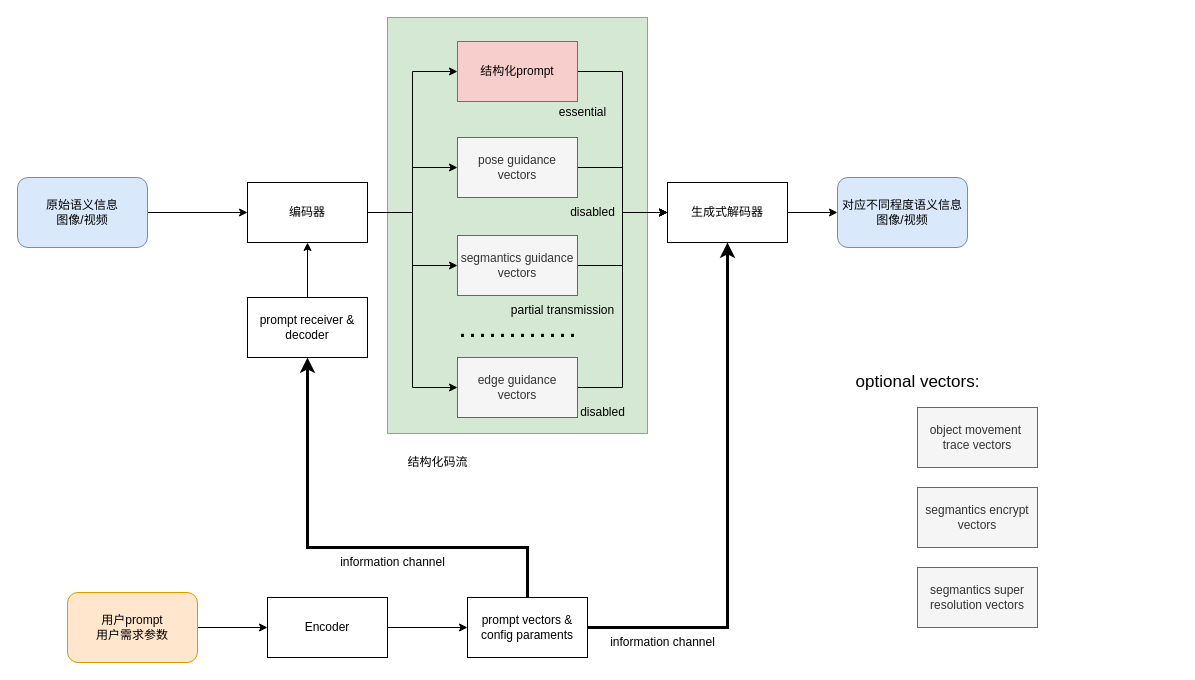
This is 基于生成式AI的结构化语义编解码系统.drawio from hrf666666/FlowCharts, a draw.io file, before an edit. Source tidied: cells renumbered, new cells numbered last; positions are measured from the earlier drawing's top-left corner, leaving out a move shared by most shapes. Both pictures are drawn from the tidied source at 100%, with x=0, y=0 at pixel (17, 17).
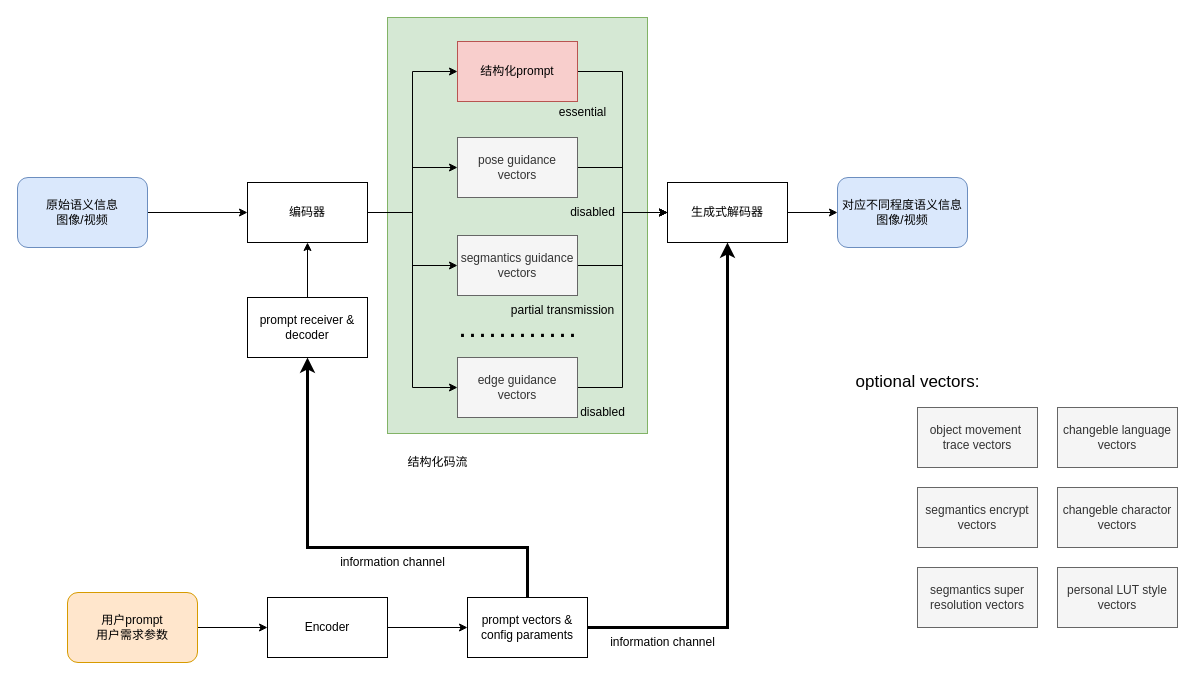
The same page after the edit.

Commit message:
更新基于生成式AI的结构化语义编解码系统.drawio

What changed in the source:
```diff
@@
+    <mxCell id="42" value="&lt;div&gt;changeble language vectors&lt;/div&gt;" style="rounded=0;whiteSpace=wrap;html=1;fillColor=#f5f5f5;fontColor=#333333;strokeColor=#666666;" parent="1" vertex="1">
+      <mxGeometry x="1040" y="390" width="120" height="60" as="geometry" />
+    </mxCell>
+    <mxCell id="43" value="&lt;div&gt;changeble charactor vectors&lt;/div&gt;" style="rounded=0;whiteSpace=wrap;html=1;fillColor=#f5f5f5;fontColor=#333333;strokeColor=#666666;" parent="1" vertex="1">
+      <mxGeometry x="1040" y="470" width="120" height="60" as="geometry" />
+    </mxCell>
+    <mxCell id="44" value="&lt;div&gt;personal LUT style vectors&lt;/div&gt;" style="rounded=0;whiteSpace=wrap;html=1;fillColor=#f5f5f5;fontColor=#333333;strokeColor=#666666;" parent="1" vertex="1">
+      <mxGeometry x="1040" y="550" width="120" height="60" as="geometry" />
+    </mxCell>
```
